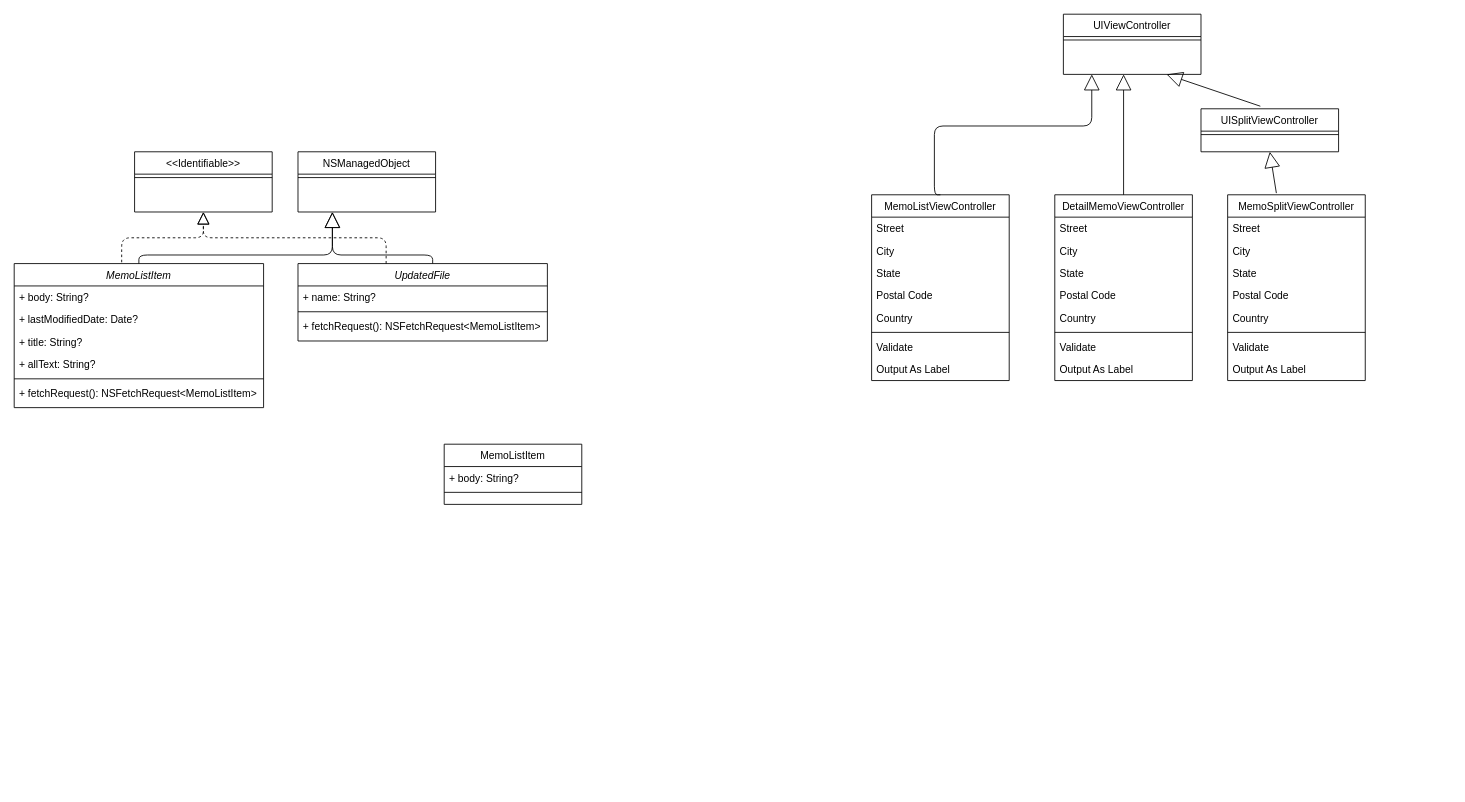
alwaysblu/ios-cloud-notes keeps this draw.io diagram as Untitled Diagram.drawio. Above is the earlier version. Source tidied: cells renumbered, new cells numbered last; positions are measured from the earlier drawing's top-left corner, leaving out a move shared by most shapes. Both pictures are drawn from the tidied source at 86%, with x=0, y=0 at pixel (14, 14).
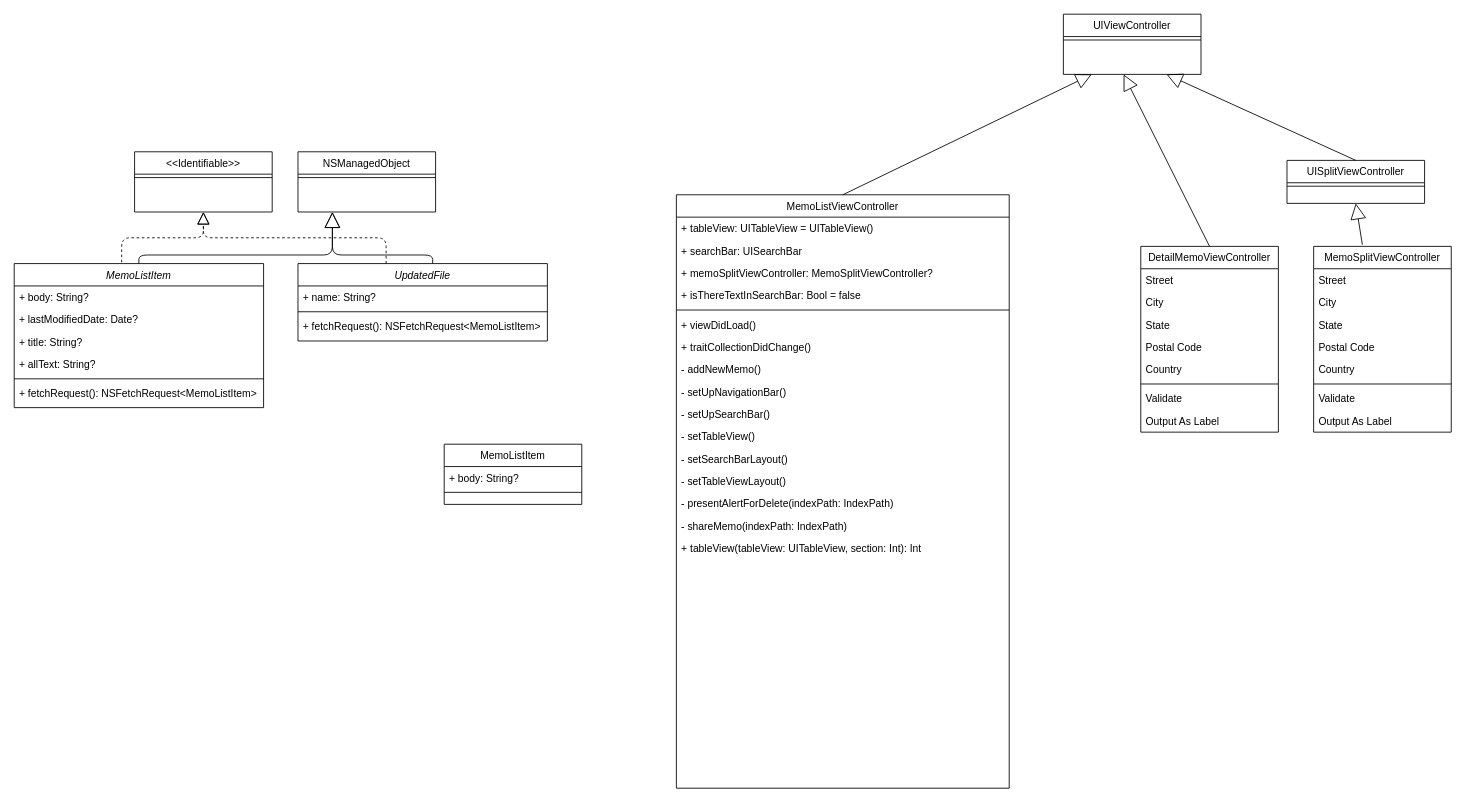
After the change.

The change refers to these unchanged cells:
```xml
<mxCell id="51" value="UIViewController&#10;" style="swimlane;fontStyle=0;align=center;verticalAlign=top;horizontal=1;startSize=26;rounded=0;shadow=0;strokeWidth=1;" parent="1" vertex="1">
  <mxGeometry x="1220" width="160" height="70" as="geometry" />
</mxCell>
```

Diff of the diagram source:
```diff
@@
     <mxCell id="12" value="MemoListViewController&#10;" style="swimlane;fontStyle=0;align=center;verticalAlign=top;horizontal=1;startSize=26;rounded=0;shadow=0;strokeWidth=1;" parent="1" vertex="1">
-      <mxGeometry x="997" y="210" width="160" height="216" as="geometry" />
+      <mxGeometry x="770" y="210" width="387" height="690" as="geometry" />
     </mxCell>
-    <mxCell id="13" value="Street" style="text;align=left;verticalAlign=top;spacingLeft=4;spacingRight=4;overflow=hidden;" parent="12" vertex="1">
-      <mxGeometry y="26" width="160" height="26" as="geometry" />
+    <mxCell id="13" value="+ tableView: UITableView = UITableView()" style="text;align=left;verticalAlign=top;spacingLeft=4;spacingRight=4;overflow=hidden;" parent="12" vertex="1">
+      <mxGeometry y="26" width="387" height="26" as="geometry" />
     </mxCell>
-    <mxCell id="14" value="City" style="text;align=left;verticalAlign=top;spacingLeft=4;spacingRight=4;overflow=hidden;rounded=0;shadow=0;html=0;" parent="12" vertex="1">
-      <mxGeometry y="52" width="160" height="26" as="geometry" />
+    <mxCell id="14" value="+ searchBar: UISearchBar" style="text;align=left;verticalAlign=top;spacingLeft=4;spacingRight=4;overflow=hidden;rounded=0;shadow=0;html=0;" parent="12" vertex="1">
+      <mxGeometry y="52" width="387" height="26" as="geometry" />
     </mxCell>
-    <mxCell id="15" value="State" style="text;align=left;verticalAlign=top;spacingLeft=4;spacingRight=4;overflow=hidden;rounded=0;shadow=0;html=0;" parent="12" vertex="1">
-      <mxGeometry y="78" width="160" height="26" as="geometry" />
+    <mxCell id="15" value="+ memoSplitViewController: MemoSplitViewController?" style="text;align=left;verticalAlign=top;spacingLeft=4;spacingRight=4;overflow=hidden;rounded=0;shadow=0;html=0;" parent="12" vertex="1">
+      <mxGeometry y="78" width="387" height="26" as="geometry" />
     </mxCell>
-    <mxCell id="16" value="Postal Code" style="text;align=left;verticalAlign=top;spacingLeft=4;spacingRight=4;overflow=hidden;rounded=0;shadow=0;html=0;" parent="12" vertex="1">
-      <mxGeometry y="104" width="160" height="26" as="geometry" />
+    <mxCell id="16" value="+ isThereTextInSearchBar: Bool = false" style="text;align=left;verticalAlign=top;spacingLeft=4;spacingRight=4;overflow=hidden;rounded=0;shadow=0;html=0;" parent="12" vertex="1">
+      <mxGeometry y="104" width="387" height="26" as="geometry" />
     </mxCell>
-    <mxCell id="17" value="Country" style="text;align=left;verticalAlign=top;spacingLeft=4;spacingRight=4;overflow=hidden;rounded=0;shadow=0;html=0;" parent="12" vertex="1">
-      <mxGeometry y="130" width="160" height="26" as="geometry" />
-    </mxCell>
     <mxCell id="18" style="line;html=1;strokeWidth=1;align=left;verticalAlign=middle;spacingTop=-1;spacingLeft=3;spacingRight=3;labelPosition=right;" parent="12" vertex="1">
-      <mxGeometry y="156" width="160" height="8" as="geometry" />
+      <mxGeometry y="130" width="387" height="8" as="geometry" />
     </mxCell>
-    <mxCell id="19" value="Validate" style="text;align=left;verticalAlign=top;spacingLeft=4;spacingRight=4;overflow=hidden;" parent="12" vertex="1">
-      <mxGeometry y="164" width="160" height="26" as="geometry" />
+    <mxCell id="19" value="+ viewDidLoad()" style="text;align=left;verticalAlign=top;spacingLeft=4;spacingRight=4;overflow=hidden;" parent="12" vertex="1">
+      <mxGeometry y="138" width="387" height="26" as="geometry" />
     </mxCell>
-    <mxCell id="20" value="Output As Label" style="text;align=left;verticalAlign=top;spacingLeft=4;spacingRight=4;overflow=hidden;" parent="12" vertex="1">
-      <mxGeometry y="190" width="160" height="26" as="geometry" />
+    <mxCell id="20" value="+ traitCollectionDidChange()" style="text;align=left;verticalAlign=top;spacingLeft=4;spacingRight=4;overflow=hidden;" parent="12" vertex="1">
+      <mxGeometry y="164" width="387" height="26" as="geometry" />
     </mxCell>
+    <mxCell id="59" value="- addNewMemo()" style="text;align=left;verticalAlign=top;spacingLeft=4;spacingRight=4;overflow=hidden;" parent="12" vertex="1">
+      <mxGeometry y="190" width="387" height="26" as="geometry" />
+    </mxCell>
+    <mxCell id="60" value="- setUpNavigationBar()" style="text;align=left;verticalAlign=top;spacingLeft=4;spacingRight=4;overflow=hidden;" parent="12" vertex="1">
+      <mxGeometry y="216" width="387" height="26" as="geometry" />
+    </mxCell>
+    <mxCell id="61" value="- setUpSearchBar()" style="text;align=left;verticalAlign=top;spacingLeft=4;spacingRight=4;overflow=hidden;" parent="12" vertex="1">
+      <mxGeometry y="242" width="387" height="26" as="geometry" />
+    </mxCell>
+    <mxCell id="62" value="- setTableView()" style="text;align=left;verticalAlign=top;spacingLeft=4;spacingRight=4;overflow=hidden;" parent="12" vertex="1">
+      <mxGeometry y="268" width="387" height="26" as="geometry" />
+    </mxCell>
+    <mxCell id="63" value="- setSearchBarLayout()" style="text;align=left;verticalAlign=top;spacingLeft=4;spacingRight=4;overflow=hidden;" parent="12" vertex="1">
+      <mxGeometry y="294" width="387" height="26" as="geometry" />
+    </mxCell>
+    <mxCell id="64" value="- setTableViewLayout()" style="text;align=left;verticalAlign=top;spacingLeft=4;spacingRight=4;overflow=hidden;" parent="12" vertex="1">
+      <mxGeometry y="320" width="387" height="26" as="geometry" />
+    </mxCell>
+    <mxCell id="65" value="- presentAlertForDelete(indexPath: IndexPath)" style="text;align=left;verticalAlign=top;spacingLeft=4;spacingRight=4;overflow=hidden;" parent="12" vertex="1">
+      <mxGeometry y="346" width="387" height="26" as="geometry" />
+    </mxCell>
+    <mxCell id="66" value="- shareMemo(indexPath: IndexPath)" style="text;align=left;verticalAlign=top;spacingLeft=4;spacingRight=4;overflow=hidden;" parent="12" vertex="1">
+      <mxGeometry y="372" width="387" height="26" as="geometry" />
+    </mxCell>
+    <mxCell id="67" value="+ tableView(tableView: UITableView, section: Int): Int" style="text;align=left;verticalAlign=top;spacingLeft=4;spacingRight=4;overflow=hidden;" parent="12" vertex="1">
+      <mxGeometry y="398" width="387" height="26" as="geometry" />
+    </mxCell>
@@
     <mxCell id="33" value="DetailMemoViewController" style="swimlane;fontStyle=0;align=center;verticalAlign=top;horizontal=1;startSize=26;rounded=0;shadow=0;strokeWidth=1;" parent="1" vertex="1">
-      <mxGeometry x="1210" y="210" width="160" height="216" as="geometry" />
+      <mxGeometry x="1310" y="270" width="160" height="216" as="geometry" />
     </mxCell>
@@
     <mxCell id="42" value="MemoSplitViewController&#10;" style="swimlane;fontStyle=0;align=center;verticalAlign=top;horizontal=1;startSize=26;rounded=0;shadow=0;strokeWidth=1;" parent="1" vertex="1">
-      <mxGeometry x="1411" y="210" width="160" height="216" as="geometry" />
+      <mxGeometry x="1511" y="270" width="160" height="216" as="geometry" />
     </mxCell>
@@
     <mxCell id="53" value="UISplitViewController" style="swimlane;fontStyle=0;align=center;verticalAlign=top;horizontal=1;startSize=26;rounded=0;shadow=0;strokeWidth=1;" parent="1" vertex="1">
-      <mxGeometry x="1380" y="110" width="160" height="50" as="geometry" />
+      <mxGeometry x="1480" y="170" width="160" height="50" as="geometry" />
     </mxCell>
@@
-    <mxCell id="55" style="endArrow=block;endSize=16;endFill=0;html=1;edgeStyle=orthogonalEdgeStyle;exitX=0.5;exitY=0;exitDx=0;exitDy=0;" parent="1" edge="1" source="12">
+    <mxCell id="55" style="endArrow=block;endSize=16;endFill=0;html=1;exitX=0.5;exitY=0;exitDx=0;exitDy=0;" parent="1" edge="1" source="12">
       <mxGeometry relative="1" as="geometry">
         <mxPoint x="1253" y="70" as="targetPoint" />
-        <Array as="points">
-          <mxPoint x="1070" y="210" />
-          <mxPoint x="1070" y="130" />
-          <mxPoint x="1253" y="130" />
-        </Array>
       </mxGeometry>
     </mxCell>
@@
     <mxCell id="57" style="endArrow=block;endSize=16;endFill=0;html=1;exitX=0.354;exitY=-0.009;exitDx=0;exitDy=0;exitPerimeter=0;" parent="1" edge="1" source="42">
       <mxGeometry relative="1" as="geometry">
-        <mxPoint x="1460" y="160" as="targetPoint" />
+        <mxPoint x="1560" y="220" as="targetPoint" />
       </mxGeometry>
     </mxCell>
-    <mxCell id="58" style="endArrow=block;endSize=16;endFill=0;html=1;entryX=0.75;entryY=1;entryDx=0;entryDy=0;" parent="1" edge="1" target="51">
-      <mxGeometry relative="1" as="geometry">
-        <mxPoint x="1449" y="107" as="sourcePoint" />
-      </mxGeometry>
+    <mxCell id="58" style="endArrow=block;endSize=16;endFill=0;html=1;entryX=0.75;entryY=1;entryDx=0;entryDy=0;exitX=0.5;exitY=0;exitDx=0;exitDy=0;" parent="1" edge="1" source="53" target="51">
+      <mxGeometry relative="1" as="geometry" />
     </mxCell>
```
